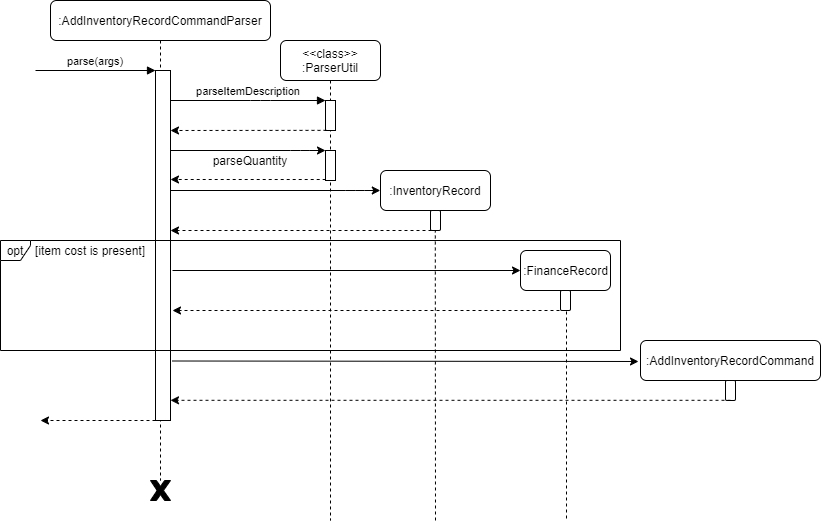
Before: docs/images/AddInventoryRecordSequenceDiagram.png, a diagram exported from draw.io (nus-cs2103-AY2021S1/tp). Source tidied: cells renumbered, new cells last; positions are measured from the earlier drawing's top-left corner, leaving out a move shared by most shapes.
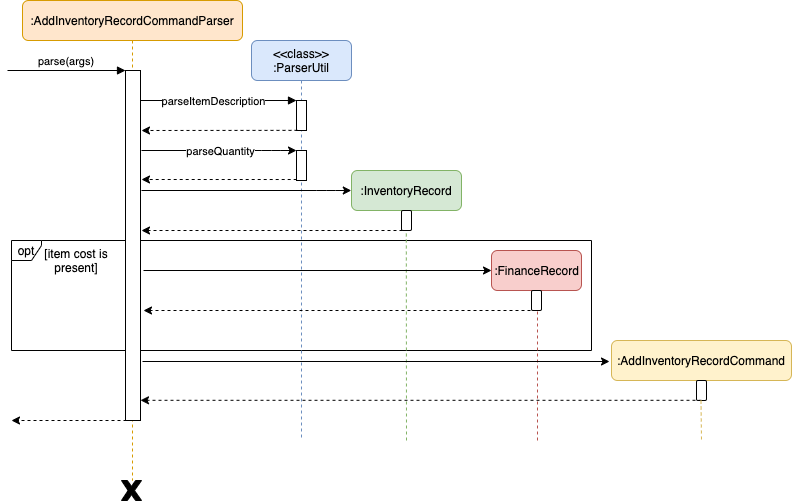
After the change.

Change to the diagram source:
```diff
@@ -2,19 +2,22 @@
   <root>
     <mxCell id="0" />
     <mxCell id="1" parent="0" />
+    <mxCell id="21" value="opt" style="shape=umlFrame;whiteSpace=wrap;html=1;rounded=1;strokeColor=#000000;gradientColor=none;width=30;height=20;" parent="1" vertex="1">
+      <mxGeometry x="40" y="240" width="580" height="110" as="geometry" />
+    </mxCell>
-    <mxCell id="2" value=":AddInventoryRecordCommandParser" style="shape=umlLifeline;perimeter=lifelinePerimeter;rounded=1;shadow=0;strokeWidth=1;" parent="1" vertex="1">
-      <mxGeometry x="50" width="220" height="480" as="geometry" />
+    <mxCell id="2" value=":AddInventoryRecordCommandParser" style="shape=umlLifeline;perimeter=lifelinePerimeter;rounded=1;shadow=0;strokeWidth=1;fillColor=#ffe6cc;strokeColor=#d79b00;" parent="1" vertex="1">
+      <mxGeometry x="51" width="220" height="480" as="geometry" />
     </mxCell>
     <mxCell id="3" style="points=[];perimeter=orthogonalPerimeter;rounded=0;shadow=0;strokeWidth=1;" parent="2" vertex="1">
-      <mxGeometry x="105" y="70" width="15" height="350" as="geometry" />
+      <mxGeometry x="103" y="70" width="15" height="350" as="geometry" />
     </mxCell>
     <mxCell id="4" value="parse(args)" style="verticalAlign=bottom;startArrow=none;endArrow=block;startSize=8;shadow=0;strokeWidth=1;startFill=0;" parent="2" edge="1" target="3">
       <mxGeometry relative="1" as="geometry">
         <mxPoint x="-15" y="70" as="sourcePoint" />
       </mxGeometry>
     </mxCell>
-    <mxCell id="5" value="&lt;&lt;class&gt;&gt;&#10;:ParserUtil" style="shape=umlLifeline;perimeter=lifelinePerimeter;rounded=1;shadow=0;strokeWidth=1;size=40;" parent="1" vertex="1">
-      <mxGeometry x="280" y="40" width="100" height="480" as="geometry" />
+    <mxCell id="5" value="&lt;&lt;class&gt;&gt;&#10;:ParserUtil" style="shape=umlLifeline;perimeter=lifelinePerimeter;rounded=1;shadow=0;strokeWidth=1;size=40;fillColor=#dae8fc;strokeColor=#6c8ebf;" parent="1" vertex="1">
+      <mxGeometry x="280" y="40" width="100" height="400" as="geometry" />
     </mxCell>
     <mxCell id="6" style="points=[];perimeter=orthogonalPerimeter;rounded=0;shadow=0;strokeWidth=1;" parent="5" vertex="1">
       <mxGeometry x="45" y="60" width="10" height="30" as="geometry" />
@@ -22,13 +25,18 @@
     <mxCell id="7" style="points=[];perimeter=orthogonalPerimeter;rounded=0;shadow=0;strokeWidth=1;" parent="5" vertex="1">
       <mxGeometry x="45" y="110" width="10" height="30" as="geometry" />
     </mxCell>
-    <mxCell id="8" value="parseItemDescription" style="verticalAlign=bottom;endArrow=block;shadow=0;strokeWidth=1;" parent="1" edge="1" source="3" target="6">
+    <mxCell id="8" style="verticalAlign=bottom;endArrow=block;shadow=0;strokeWidth=1;" parent="1" edge="1" source="3" target="6">
       <mxGeometry relative="1" as="geometry">
         <Array as="points">
           <mxPoint x="260" y="100" />
         </Array>
       </mxGeometry>
     </mxCell>
+    <mxCell id="32" value="parseItemDescription" style="edgeLabel;html=1;align=center;verticalAlign=middle;" parent="8" vertex="1">
+      <mxGeometry x="0.16" y="-19" relative="1" as="geometry">
+        <mxPoint x="-19" y="-19" as="offset" />
+      </mxGeometry>
+    </mxCell>
     <mxCell id="9" style="endArrow=classic;html=1;dashed=1;exitX=0.1;exitY=0.995;exitDx=0;exitDy=0;exitPerimeter=0;" parent="1" edge="1" source="6">
       <mxGeometry relative="1" as="geometry">
         <mxPoint x="170" y="130" as="targetPoint" />
@@ -42,15 +50,17 @@
         </Array>
       </mxGeometry>
     </mxCell>
+    <mxCell id="12" value="parseQuantity" style="edgeLabel;html=1;align=center;verticalAlign=middle;" parent="10" vertex="1">
+      <mxGeometry x="0.68" y="-52" relative="1" as="geometry">
+        <mxPoint x="-52" y="-52" as="offset" />
+      </mxGeometry>
+    </mxCell>
     <mxCell id="11" style="endArrow=classic;html=1;exitX=0.02;exitY=0.967;exitDx=0;exitDy=0;exitPerimeter=0;dashed=1;" parent="1" edge="1" source="7">
       <mxGeometry relative="1" as="geometry">
         <mxPoint x="170" y="179" as="targetPoint" />
       </mxGeometry>
     </mxCell>
-    <mxCell id="12" value="parseQuantity" style="text;html=1;strokeColor=none;fillColor=none;align=center;verticalAlign=middle;whiteSpace=wrap;rounded=0;" parent="1" vertex="1">
-      <mxGeometry x="230" y="150" width="40" height="20" as="geometry" />
-    </mxCell>
-    <mxCell id="13" value=":InventoryRecord" style="rounded=1;whiteSpace=wrap;html=1;strokeColor=#000000;gradientColor=none;" parent="1" vertex="1">
+    <mxCell id="13" value=":InventoryRecord" style="rounded=1;whiteSpace=wrap;html=1;strokeColor=#82b366;fillColor=#d5e8d4;" parent="1" vertex="1">
       <mxGeometry x="380" y="170" width="110" height="40" as="geometry" />
     </mxCell>
     <mxCell id="14" style="html=1;points=[];perimeter=orthogonalPerimeter;rounded=1;strokeColor=#000000;gradientColor=none;" parent="1" vertex="1">
@@ -71,12 +81,12 @@
         <mxPoint x="170" y="230" as="targetPoint" />
       </mxGeometry>
     </mxCell>
-    <mxCell id="17" style="endArrow=none;dashed=1;html=1;strokeColor=#000000;entryX=0.48;entryY=1.01;entryDx=0;entryDy=0;entryPerimeter=0;" parent="1" edge="1" target="14">
+    <mxCell id="17" style="endArrow=none;dashed=1;html=1;strokeColor=#82b366;entryX=0.48;entryY=1.01;entryDx=0;entryDy=0;entryPerimeter=0;fillColor=#d5e8d4;" parent="1" edge="1" target="14">
       <mxGeometry relative="1" as="geometry">
-        <mxPoint x="435" y="520" as="sourcePoint" />
+        <mxPoint x="435" y="440" as="sourcePoint" />
       </mxGeometry>
     </mxCell>
-    <mxCell id="18" value=":FinanceRecord" style="html=1;rounded=1;strokeColor=#000000;gradientColor=none;" parent="1" vertex="1">
+    <mxCell id="18" value=":FinanceRecord" style="html=1;rounded=1;strokeColor=#b85450;fillColor=#f8cecc;" parent="1" vertex="1">
       <mxGeometry x="520" y="250" width="90" height="40" as="geometry" />
     </mxCell>
     <mxCell id="19" style="endArrow=classic;html=1;strokeColor=#000000;entryX=0;entryY=0.5;entryDx=0;entryDy=0;" parent="1" edge="1" target="18">
@@ -90,9 +100,6 @@
         <mxPoint x="172" y="310" as="targetPoint" />
       </mxGeometry>
     </mxCell>
-    <mxCell id="21" value="opt" style="shape=umlFrame;whiteSpace=wrap;html=1;rounded=1;strokeColor=#000000;gradientColor=none;width=30;height=20;" parent="1" vertex="1">
-      <mxGeometry y="240" width="620" height="110" as="geometry" />
-    </mxCell>
     <mxCell id="22" style="html=1;points=[];perimeter=orthogonalPerimeter;rounded=1;strokeColor=#000000;gradientColor=none;" parent="1" vertex="1">
       <mxGeometry x="560" y="290" width="10" height="20" as="geometry" />
     </mxCell>
@@ -102,14 +109,14 @@
       </mxGeometry>
     </mxCell>
     <mxCell id="24" value="[item cost is present]" style="text;html=1;strokeColor=none;fillColor=none;align=center;verticalAlign=middle;whiteSpace=wrap;rounded=0;" parent="1" vertex="1">
-      <mxGeometry x="30" y="240" width="120" height="20" as="geometry" />
+      <mxGeometry x="70" y="250" width="70" height="20" as="geometry" />
     </mxCell>
-    <mxCell id="25" style="endArrow=none;dashed=1;html=1;strokeColor=#000000;exitX=0.6;exitY=1.05;exitDx=0;exitDy=0;exitPerimeter=0;" parent="1" edge="1" source="22">
+    <mxCell id="25" style="endArrow=none;dashed=1;html=1;strokeColor=#b85450;exitX=0.6;exitY=1.05;exitDx=0;exitDy=0;exitPerimeter=0;fillColor=#f8cecc;" parent="1" edge="1" source="22">
       <mxGeometry relative="1" as="geometry">
-        <mxPoint x="566" y="520" as="targetPoint" />
+        <mxPoint x="566" y="440" as="targetPoint" />
       </mxGeometry>
     </mxCell>
-    <mxCell id="26" value=":AddInventoryRecordCommand" style="rounded=1;whiteSpace=wrap;html=1;strokeColor=#000000;gradientColor=none;" parent="1" vertex="1">
+    <mxCell id="26" value=":AddInventoryRecordCommand" style="rounded=1;whiteSpace=wrap;html=1;strokeColor=#d6b656;fillColor=#fff2cc;" parent="1" vertex="1">
       <mxGeometry x="640" y="340" width="180" height="40" as="geometry" />
     </mxCell>
     <mxCell id="27" style="html=1;points=[];perimeter=orthogonalPerimeter;rounded=1;strokeColor=#000000;gradientColor=none;" parent="1" vertex="1">
@@ -118,8 +125,9 @@
     <mxCell id="28" style="endArrow=classic;html=1;dashed=1;strokeColor=#000000;exitX=0.5;exitY=0.99;exitDx=0;exitDy=0;exitPerimeter=0;" parent="1" edge="1" source="27" target="3">
       <mxGeometry relative="1" as="geometry" />
     </mxCell>
-    <mxCell id="29" style="endArrow=classic;html=1;strokeColor=#000000;exitX=1.107;exitY=0.83;exitDx=0;exitDy=0;exitPerimeter=0;" parent="1" edge="1" source="3">
+    <mxCell id="29" style="endArrow=classic;html=1;strokeColor=#000000;" parent="1" edge="1">
       <mxGeometry relative="1" as="geometry">
+        <mxPoint x="171" y="361" as="sourcePoint" />
         <mxPoint x="638" y="361" as="targetPoint" />
       </mxGeometry>
     </mxCell>
@@ -132,5 +140,11 @@
         <mxPoint x="40" y="420" as="targetPoint" />
       </mxGeometry>
     </mxCell>
+    <mxCell id="33" style="endArrow=none;dashed=1;html=1;strokeColor=#d6b656;exitX=0.6;exitY=1.05;exitDx=0;exitDy=0;exitPerimeter=0;fillColor=#fff2cc;" parent="1" edge="1">
+      <mxGeometry relative="1" as="geometry">
+        <mxPoint x="729.5" y="400" as="sourcePoint" />
+        <mxPoint x="730" y="440" as="targetPoint" />
+      </mxGeometry>
+    </mxCell>
   </root>
 </mxGraphModel>
```
